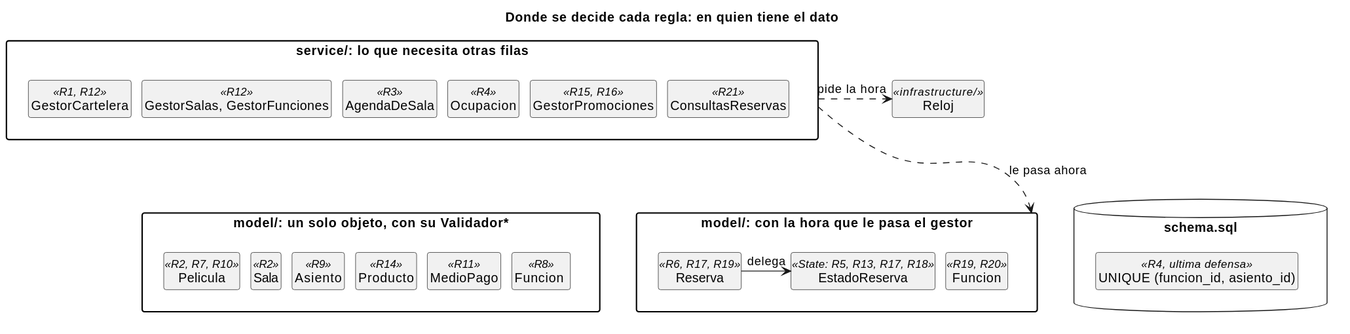
Earlier version of the PlantUML export _other/docs/diagramas/reglas-donde-viven.svg (andreiveisuade/cine-uade).
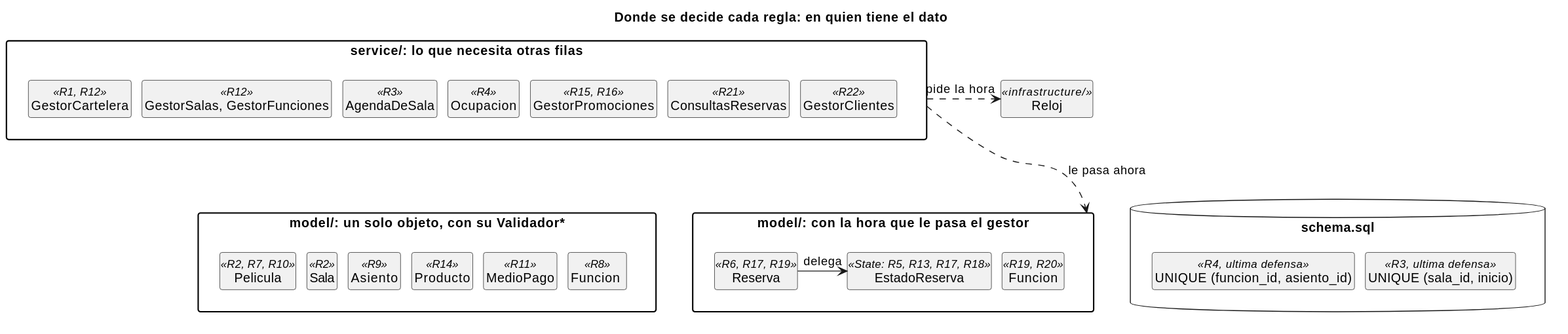
After the change.

Commit message:
docs(diagramas): r22 en gestorclientes y unique de funcion en donde vive cada regla

Diff of the diagram source:
```diff
@@ -18,6 +18,7 @@
   class Ocupacion <<R4>>
   class GestorPromociones <<R15, R16>>
   class ConsultasReservas <<R21>>
+  class GestorClientes <<R22>>
 }
 
 package "model/: con la hora que le pasa el gestor" as hora {
@@ -37,6 +38,7 @@
 
 database "schema.sql" as db {
   class "UNIQUE (funcion_id, asiento_id)" as Unico <<R4, ultima defensa>>
+  class "UNIQUE (sala_id, inicio)" as UnicoFuncion <<R3, ultima defensa>>
 }
 
 Reloj <.left. srv : pide la hora
@@ -52,4 +54,5 @@
 AgendaDeSala -[hidden]right-> Ocupacion
 Ocupacion -[hidden]right-> GestorPromociones
 GestorPromociones -[hidden]right-> ConsultasReservas
+ConsultasReservas -[hidden]right-> GestorClientes
 @enduml
```
